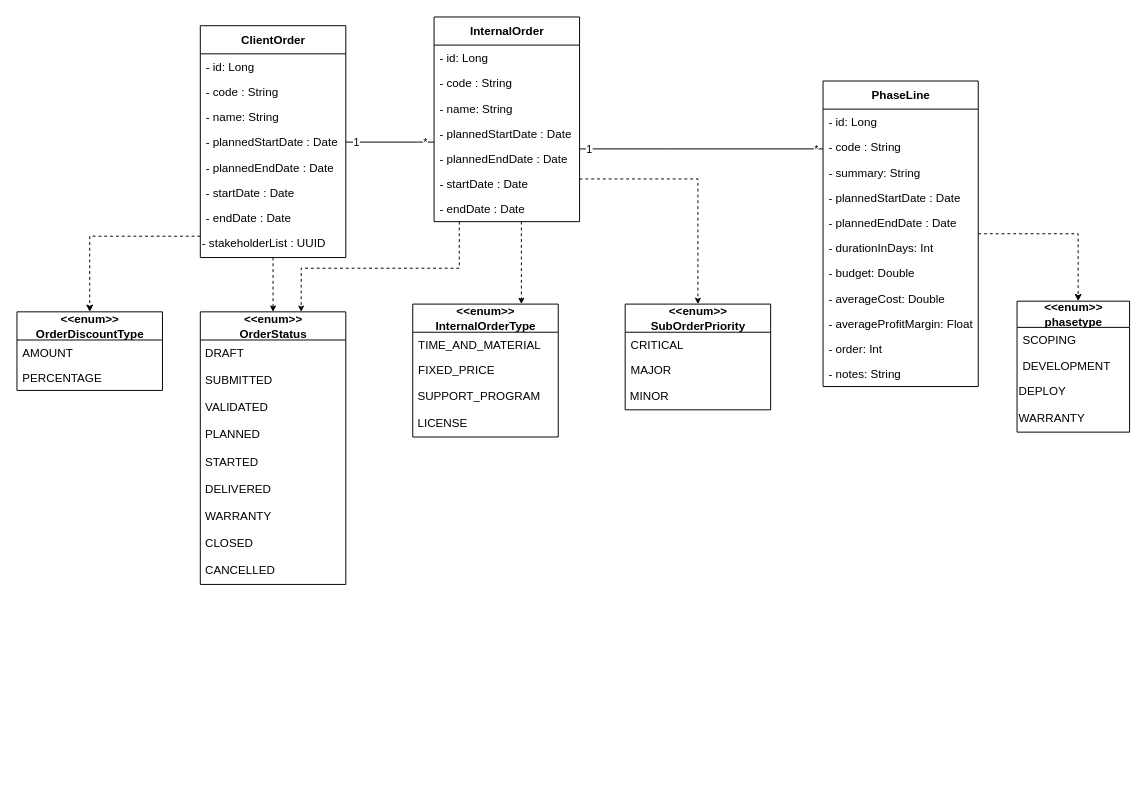
Above: Order/_DiagrammeClasseOrder.drawio in ZidiMedAmine/UML (draw.io), before the change. Source tidied: cells renumbered, new cells numbered last; positions are measured from the earlier drawing's top-left corner, leaving out a move shared by most shapes. Both pictures are drawn from the tidied source at 97%, with x=0, y=0 at pixel (16, 16).
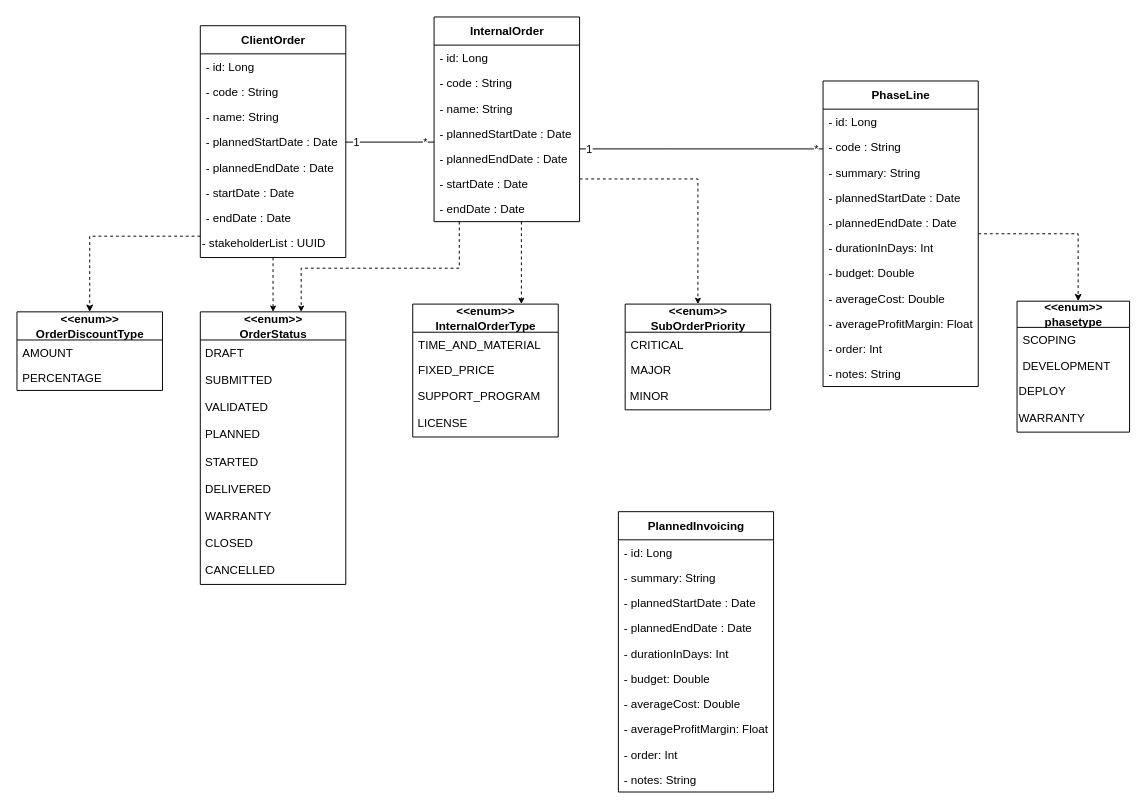
Above is the later version.

Change to the diagram source:
```diff
@@
+    <mxCell id="70" value="&lt;b&gt;PlannedInvoicing&lt;/b&gt;" style="swimlane;fontStyle=0;align=center;verticalAlign=middle;horizontal=1;startSize=29;html=1;fontSize=12;labelPosition=center;verticalLabelPosition=middle;strokeColor=default;swimlaneLine=1;rounded=0;shadow=0;glass=0;sketch=0;perimeterSpacing=0;" parent="1" vertex="1">
+      <mxGeometry x="620" y="510" width="160" height="289" as="geometry" />
+    </mxCell>
+    <mxCell id="71" value="- id: Long" style="text;strokeColor=none;fillColor=none;align=left;verticalAlign=top;spacingLeft=4;spacingRight=4;overflow=hidden;fontStyle=0;" parent="70" vertex="1">
+      <mxGeometry y="29" width="160" height="26" as="geometry" />
+    </mxCell>
+    <mxCell id="72" value="- summary: String" style="text;strokeColor=none;fillColor=none;align=left;verticalAlign=top;spacingLeft=4;spacingRight=4;overflow=hidden;fontStyle=0;" parent="70" vertex="1">
+      <mxGeometry y="55" width="160" height="26" as="geometry" />
+    </mxCell>
+    <mxCell id="73" value="- plannedStartDate : Date" style="text;strokeColor=none;fillColor=none;align=left;verticalAlign=top;spacingLeft=4;spacingRight=4;overflow=hidden;fontStyle=0;" parent="70" vertex="1">
+      <mxGeometry y="81" width="160" height="26" as="geometry" />
+    </mxCell>
+    <mxCell id="74" value="- plannedEndDate : Date" style="text;strokeColor=none;fillColor=none;align=left;verticalAlign=top;spacingLeft=4;spacingRight=4;overflow=hidden;fontStyle=0;" parent="70" vertex="1">
+      <mxGeometry y="107" width="160" height="26" as="geometry" />
+    </mxCell>
+    <mxCell id="75" value="- durationInDays: Int" style="text;strokeColor=none;fillColor=none;align=left;verticalAlign=top;spacingLeft=4;spacingRight=4;overflow=hidden;fontStyle=0;" parent="70" vertex="1">
+      <mxGeometry y="133" width="160" height="26" as="geometry" />
+    </mxCell>
+    <mxCell id="76" value="- budget: Double" style="text;strokeColor=none;fillColor=none;align=left;verticalAlign=top;spacingLeft=4;spacingRight=4;overflow=hidden;fontStyle=0;" parent="70" vertex="1">
+      <mxGeometry y="159" width="160" height="26" as="geometry" />
+    </mxCell>
+    <mxCell id="77" value="- averageCost: Double" style="text;strokeColor=none;fillColor=none;align=left;verticalAlign=top;spacingLeft=4;spacingRight=4;overflow=hidden;fontStyle=0;" parent="70" vertex="1">
+      <mxGeometry y="185" width="160" height="26" as="geometry" />
+    </mxCell>
+    <mxCell id="78" value="- averageProfitMargin: Float" style="text;strokeColor=none;fillColor=none;align=left;verticalAlign=top;spacingLeft=4;spacingRight=4;overflow=hidden;fontStyle=0;" parent="70" vertex="1">
+      <mxGeometry y="211" width="160" height="26" as="geometry" />
+    </mxCell>
+    <mxCell id="79" value="- order: Int" style="text;strokeColor=none;fillColor=none;align=left;verticalAlign=top;spacingLeft=4;spacingRight=4;overflow=hidden;fontStyle=0;" parent="70" vertex="1">
+      <mxGeometry y="237" width="160" height="26" as="geometry" />
+    </mxCell>
+    <mxCell id="80" value="- notes: String" style="text;strokeColor=none;fillColor=none;align=left;verticalAlign=top;spacingLeft=4;spacingRight=4;overflow=hidden;fontStyle=0;" parent="70" vertex="1">
+      <mxGeometry y="263" width="160" height="26" as="geometry" />
+    </mxCell>
```
